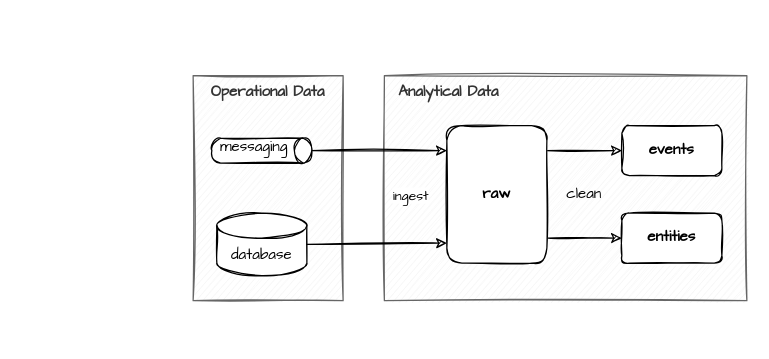
The draw.io diagram diagrams/ingestingandcleaning.drawio in datamesh-architecture/datamesh-architecture.com, before the edit. Source tidied: cells renumbered, new cells numbered last; positions are measured from the earlier drawing's top-left corner, leaving out a move shared by most shapes. Both pictures are drawn from the tidied source at 125%, with x=0, y=0 at pixel (192, 75). Pictures stored in the file or linked from it are replaced by grey dashed boxes.
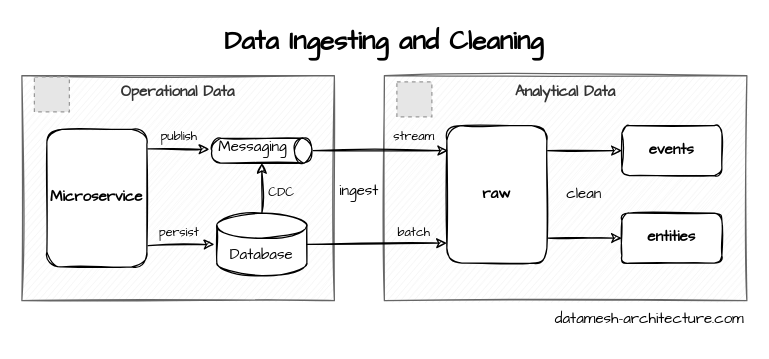
The same diagram, later.

The change refers to these unchanged cells:
```xml
<mxCell id="11" style="shape=cylinder3;whiteSpace=wrap;html=1;boundedLbl=1;backgroundOutline=1;size=7;verticalAlign=top;rotation=90;sketch=1;fontFamily=Architects Daughter;" parent="1" vertex="1">
  <mxGeometry x="45" y="20" width="20" height="80" as="geometry" />
</mxCell>
```

What changed in the source:
```diff
@@
-    <mxCell id="2" value="&amp;nbsp; Analytical Data" style="rounded=0;whiteSpace=wrap;html=1;fillColor=#F5F5F5;fontColor=#333333;strokeColor=#666666;fontStyle=1;verticalAlign=top;align=left;sketch=1;fontFamily=Architects Daughter;" parent="1" vertex="1">
+    <mxCell id="2" value="Analytical Data" style="rounded=0;whiteSpace=wrap;html=1;fillColor=#F5F5F5;fontColor=#333333;strokeColor=#666666;fontStyle=1;verticalAlign=top;align=center;sketch=1;fontFamily=Architects Daughter;" parent="1" vertex="1">
       <mxGeometry x="153" width="290" height="180" as="geometry" />
     </mxCell>
-    <mxCell id="3" value="Operational Data" style="rounded=0;whiteSpace=wrap;html=1;fillColor=#f5f5f5;fontColor=#333333;strokeColor=#666666;fontStyle=1;verticalAlign=top;sketch=1;fontFamily=Architects Daughter;" parent="1" vertex="1">
-      <mxGeometry width="120" height="180" as="geometry" />
+    <mxCell id="3" value="Operational Data" style="rounded=0;whiteSpace=wrap;html=1;fillColor=#f5f5f5;fontColor=#333333;strokeColor=#666666;fontStyle=1;verticalAlign=top;sketch=1;fontFamily=Architects Daughter;align=center;" parent="1" vertex="1">
+      <mxGeometry x="-137" width="250" height="180" as="geometry" />
     </mxCell>
@@
-    <mxCell id="10" value="database" style="shape=cylinder3;whiteSpace=wrap;html=1;boundedLbl=1;backgroundOutline=1;size=10;verticalAlign=top;sketch=1;fontFamily=Architects Daughter;" parent="1" vertex="1">
+    <mxCell id="10" value="Database" style="shape=cylinder3;whiteSpace=wrap;html=1;boundedLbl=1;backgroundOutline=1;size=10;verticalAlign=top;sketch=1;fontFamily=Architects Daughter;" parent="1" vertex="1">
       <mxGeometry x="19" y="110" width="72" height="50" as="geometry" />
     </mxCell>
@@
-    <mxCell id="12" style="rounded=0;jettySize=auto;html=1;startArrow=classic;startFill=1;endArrow=none;endFill=0;entryX=0.5;entryY=0;entryDx=0;entryDy=0;entryPerimeter=0;sketch=1;fontFamily=Architects Daughter;" parent="1" edge="1" target="11">
+    <mxCell id="12" style="rounded=0;orthogonalLoop=1;jettySize=auto;html=1;startArrow=classic;startFill=1;endArrow=none;endFill=0;entryX=0.5;entryY=0;entryDx=0;entryDy=0;entryPerimeter=0;sketch=1;fontFamily=Architects Daughter;" parent="1" edge="1">
       <mxGeometry relative="1" as="geometry">
-        <mxPoint x="203" y="60" as="sourcePoint" />
+        <mxPoint x="204" y="60" as="sourcePoint" />
+        <mxPoint x="96" y="60" as="targetPoint" />
       </mxGeometry>
     </mxCell>
-    <mxCell id="13" value="ingest" style="edgeLabel;html=1;align=center;verticalAlign=middle;sketch=1;fontFamily=Architects Daughter;" parent="12" vertex="1">
-      <mxGeometry x="-0.07" y="2" relative="1" as="geometry">
-        <mxPoint x="20" y="33" as="offset" />
-      </mxGeometry>
-    </mxCell>
@@
-    <mxCell id="15" value="messaging" style="text;html=1;strokeColor=none;fillColor=none;align=center;verticalAlign=middle;whiteSpace=wrap;rounded=0;sketch=1;fontFamily=Architects Daughter;" parent="1" vertex="1">
-      <mxGeometry x="19" y="43" width="60" height="30" as="geometry" />
+    <mxCell id="15" value="Messaging" style="text;html=1;strokeColor=none;fillColor=none;align=center;verticalAlign=middle;whiteSpace=wrap;rounded=0;sketch=1;fontFamily=Architects Daughter;" parent="1" vertex="1">
+      <mxGeometry x="18" y="43" width="60" height="30" as="geometry" />
     </mxCell>
+    <mxCell id="16" value="datamesh-architecture.com" style="text;html=1;strokeColor=none;fillColor=none;align=right;verticalAlign=middle;whiteSpace=wrap;rounded=0;sketch=1;fillStyle=hachure;fontFamily=Architects Daughter;fontSize=12;fontColor=#000000;" parent="1" vertex="1">
+      <mxGeometry x="173" y="180" width="270" height="30" as="geometry" />
+    </mxCell>
+    <mxCell id="17" style="fillColor=#E6E6E6;strokeColor=#999999;dashed=1;verticalLabelPosition=bottom;labelBackgroundColor=default;verticalAlign=top;" parent="1" vertex="1">
+      <mxGeometry x="-127" y="1" width="28" height="28" as="geometry" />
+    </mxCell>
+    <mxCell id="18" style="fillColor=#E6E6E6;strokeColor=#999999;dashed=1;verticalLabelPosition=bottom;labelBackgroundColor=default;verticalAlign=top;" parent="1" vertex="1">
+      <mxGeometry x="163" y="5" width="28" height="28" as="geometry" />
+    </mxCell>
+    <mxCell id="13" value="ingest" style="text;html=1;strokeColor=none;fillColor=none;align=center;verticalAlign=middle;whiteSpace=wrap;rounded=0;sketch=1;fontFamily=Architects Daughter;" parent="1" vertex="1">
+      <mxGeometry x="103" y="78" width="60" height="30" as="geometry" />
+    </mxCell>
+    <mxCell id="19" value="CDC" style="text;html=1;strokeColor=none;fillColor=none;align=center;verticalAlign=middle;whiteSpace=wrap;rounded=0;sketch=1;fontFamily=Architects Daughter;fontSize=10;" parent="1" vertex="1">
+      <mxGeometry x="41" y="78" width="60" height="30" as="geometry" />
+    </mxCell>
+    <mxCell id="20" value="Microservice" style="rounded=1;whiteSpace=wrap;html=1;fontStyle=1;sketch=1;fontFamily=Architects Daughter;" parent="1" vertex="1">
+      <mxGeometry x="-117" y="43" width="80" height="110" as="geometry" />
+    </mxCell>
+    <mxCell id="21" style="rounded=0;jettySize=auto;html=1;startArrow=classic;startFill=1;endArrow=none;endFill=0;entryX=1.01;entryY=0.141;entryDx=0;entryDy=0;entryPerimeter=0;sketch=1;fontFamily=Architects Daughter;" parent="1" edge="1" target="20">
+      <mxGeometry relative="1" as="geometry">
+        <mxPoint x="13" y="59" as="sourcePoint" />
+      </mxGeometry>
+    </mxCell>
+    <mxCell id="22" value="publish" style="text;html=1;strokeColor=none;fillColor=none;align=center;verticalAlign=middle;whiteSpace=wrap;rounded=0;sketch=1;fontFamily=Architects Daughter;fontSize=10;" parent="1" vertex="1">
+      <mxGeometry x="-41" y="33" width="60" height="30" as="geometry" />
+    </mxCell>
+    <mxCell id="23" style="rounded=0;orthogonalLoop=1;jettySize=auto;html=1;startArrow=classic;startFill=1;endArrow=none;endFill=0;sketch=1;fontFamily=Architects Daughter;" parent="1" edge="1">
+      <mxGeometry relative="1" as="geometry">
+        <mxPoint x="17" y="135" as="sourcePoint" />
+        <mxPoint x="-36" y="136" as="targetPoint" />
+      </mxGeometry>
+    </mxCell>
+    <mxCell id="24" value="persist" style="text;html=1;strokeColor=none;fillColor=none;align=center;verticalAlign=middle;whiteSpace=wrap;rounded=0;sketch=1;fontFamily=Architects Daughter;fontSize=10;" parent="1" vertex="1">
+      <mxGeometry x="-41" y="110" width="60" height="30" as="geometry" />
+    </mxCell>
+    <mxCell id="25" value="stream" style="text;html=1;strokeColor=none;fillColor=none;align=center;verticalAlign=middle;whiteSpace=wrap;rounded=0;sketch=1;fontFamily=Architects Daughter;fontSize=10;" parent="1" vertex="1">
+      <mxGeometry x="147" y="33" width="60" height="30" as="geometry" />
+    </mxCell>
+    <mxCell id="26" value="batch" style="text;html=1;strokeColor=none;fillColor=none;align=center;verticalAlign=middle;whiteSpace=wrap;rounded=0;sketch=1;fontFamily=Architects Daughter;fontSize=10;" parent="1" vertex="1">
+      <mxGeometry x="147" y="110" width="60" height="30" as="geometry" />
+    </mxCell>
+    <mxCell id="27" style="endArrow=classic;html=1;rounded=0;fontSize=10;strokeWidth=1;sketch=1;" parent="1" edge="1" source="10" target="11">
+      <mxGeometry relative="1" as="geometry" />
+    </mxCell>
+    <mxCell id="28" value="Data Ingesting and Cleaning" style="text;html=1;strokeColor=none;fillColor=none;align=center;verticalAlign=middle;whiteSpace=wrap;rounded=0;sketch=1;fontFamily=Architects Daughter;fontSize=21;fontStyle=1;" parent="1" vertex="1">
+      <mxGeometry x="-137" y="-43" width="580" height="30" as="geometry" />
+    </mxCell>
```
